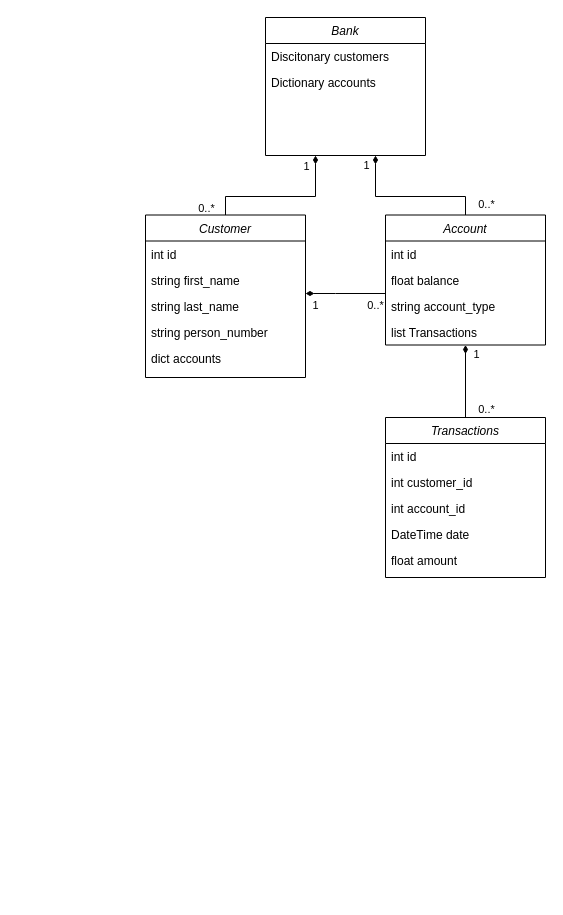
Before: ai/assignments/bank/Untitled Diagram.drawio in gamebacon/Lektioner, a draw.io diagram. Source tidied: cells renumbered, new cells numbered last; positions are measured from the earlier drawing's top-left corner, leaving out a move shared by most shapes. Both pictures are drawn from the tidied source at 100%, with x=0, y=0 at pixel (145, 17).
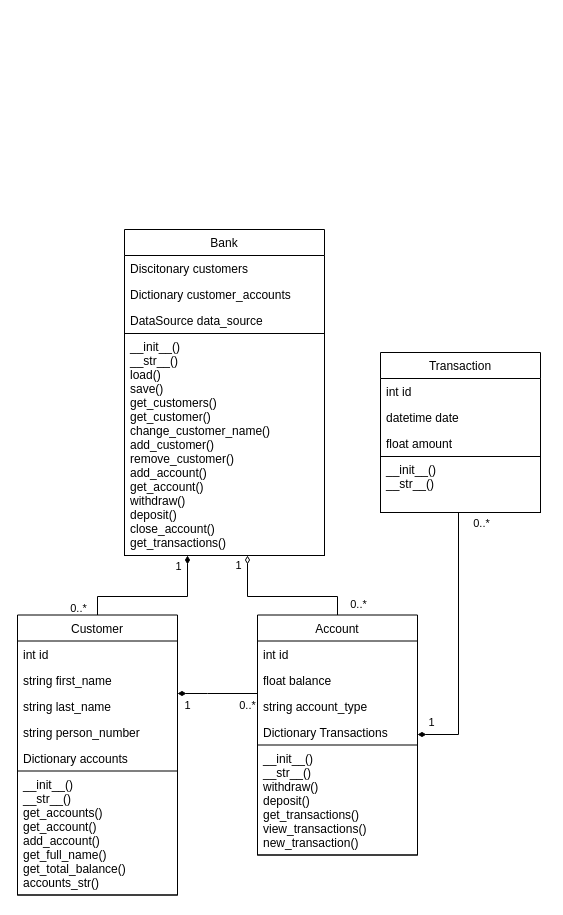
Above is the later version.

Change to the diagram source:
```diff
@@
     <mxCell id="2" style="edgeStyle=orthogonalEdgeStyle;rounded=0;jettySize=auto;html=1;endArrow=none;endFill=0;startArrow=diamondThin;startFill=1;" parent="1" edge="1" source="8" target="18">
       <mxGeometry relative="1" as="geometry">
         <Array as="points">
-          <mxPoint x="170" y="179" />
-          <mxPoint x="80" y="179" />
+          <mxPoint x="42" y="579" />
+          <mxPoint x="-48" y="579" />
         </Array>
       </mxGeometry>
     </mxCell>
@@
-    <mxCell id="5" style="edgeStyle=orthogonalEdgeStyle;rounded=0;jettySize=auto;html=1;endArrow=none;endFill=0;strokeWidth=1;startArrow=diamondThin;startFill=1;" parent="1" edge="1" source="8" target="11">
+    <mxCell id="5" style="edgeStyle=orthogonalEdgeStyle;rounded=0;jettySize=auto;html=1;endArrow=none;endFill=0;strokeWidth=1;startArrow=diamondThin;startFill=0;" parent="1" edge="1" source="8" target="11">
       <mxGeometry relative="1" as="geometry">
         <Array as="points">
-          <mxPoint x="230" y="179" />
-          <mxPoint x="320" y="179" />
+          <mxPoint x="102" y="579" />
+          <mxPoint x="192" y="579" />
         </Array>
       </mxGeometry>
     </mxCell>
@@
-    <mxCell id="8" value="Bank" style="swimlane;fontStyle=2;align=center;verticalAlign=top;horizontal=1;startSize=26;rounded=0;shadow=0;strokeWidth=1;" parent="1" vertex="1">
-      <mxGeometry x="120" width="160" height="138" as="geometry" />
+    <mxCell id="8" value="Bank" style="swimlane;fontStyle=0;align=center;verticalAlign=top;horizontal=1;startSize=26;rounded=0;shadow=0;strokeWidth=1;" parent="1" vertex="1">
+      <mxGeometry x="-21" y="212" width="200" height="326" as="geometry" />
     </mxCell>
     <mxCell id="9" value="Discitonary customers" style="text;align=left;verticalAlign=top;spacingLeft=4;spacingRight=4;overflow=hidden;" parent="8" vertex="1">
-      <mxGeometry y="26" width="160" height="26" as="geometry" />
+      <mxGeometry y="26" width="200" height="26" as="geometry" />
     </mxCell>
-    <mxCell id="10" value="Dictionary accounts" style="text;align=left;verticalAlign=top;spacingLeft=4;spacingRight=4;overflow=hidden;rounded=0;shadow=0;html=0;" parent="8" vertex="1">
-      <mxGeometry y="52" width="160" height="26" as="geometry" />
+    <mxCell id="10" value="Dictionary customer_accounts" style="text;align=left;verticalAlign=top;spacingLeft=4;spacingRight=4;overflow=hidden;rounded=0;shadow=0;html=0;" parent="8" vertex="1">
+      <mxGeometry y="52" width="200" height="26" as="geometry" />
     </mxCell>
+    <mxCell id="33" value="DataSource data_source" style="text;align=left;verticalAlign=top;spacingLeft=4;spacingRight=4;overflow=hidden;rounded=0;shadow=0;html=0;" parent="8" vertex="1">
+      <mxGeometry y="78" width="200" height="26" as="geometry" />
+    </mxCell>
+    <mxCell id="34" value="__init__()&#10;__str__()&#10;load()&#10;save()&#10;get_customers()&#10;get_customer()&#10;change_customer_name()&#10;add_customer()&#10;remove_customer()&#10;add_account()&#10;get_account()&#10;withdraw()&#10;deposit()&#10;close_account()&#10;get_transactions()&#10;&#10;&#10;&#10;" style="text;align=left;verticalAlign=top;spacingLeft=4;spacingRight=4;overflow=hidden;rounded=0;shadow=0;html=0;strokeColor=default;" parent="8" vertex="1">
+      <mxGeometry y="104" width="200" height="222" as="geometry" />
+    </mxCell>
-    <mxCell id="11" value="Account" style="swimlane;fontStyle=2;align=center;verticalAlign=top;horizontal=1;startSize=26;rounded=0;shadow=0;strokeWidth=1;" parent="1" vertex="1">
-      <mxGeometry x="240" y="197.5" width="160" height="130" as="geometry" />
+    <mxCell id="11" value="Account" style="swimlane;fontStyle=0;align=center;verticalAlign=top;horizontal=1;startSize=26;rounded=0;shadow=0;strokeWidth=1;" parent="1" vertex="1">
+      <mxGeometry x="112" y="597.5" width="160" height="240" as="geometry" />
     </mxCell>
@@
-    <mxCell id="15" value="list Transactions" style="text;align=left;verticalAlign=top;spacingLeft=4;spacingRight=4;overflow=hidden;rounded=0;shadow=0;html=0;" parent="11" vertex="1">
+    <mxCell id="15" value="Dictionary Transactions" style="text;align=left;verticalAlign=top;spacingLeft=4;spacingRight=4;overflow=hidden;rounded=0;shadow=0;html=0;" parent="11" vertex="1">
       <mxGeometry y="104" width="160" height="26" as="geometry" />
     </mxCell>
+    <mxCell id="35" value="__init__()&#10;__str__()&#10;withdraw()&#10;deposit()&#10;get_transactions()&#10;view_transactions()&#10;new_transaction()&#10;&#10;&#10;" style="text;align=left;verticalAlign=top;spacingLeft=4;spacingRight=4;overflow=hidden;rounded=0;shadow=0;html=0;strokeColor=default;" parent="11" vertex="1">
+      <mxGeometry y="130" width="160" height="110" as="geometry" />
+    </mxCell>
     <mxCell id="16" value="0..*" style="edgeStyle=orthogonalEdgeStyle;rounded=0;jettySize=auto;html=1;endArrow=none;endFill=0;startArrow=diamondThin;startFill=1;" parent="1" edge="1" source="18" target="11">
       <mxGeometry x="0.75" y="-12" relative="1" as="geometry">
         <Array as="points">
-          <mxPoint x="190" y="276" />
-          <mxPoint x="190" y="276" />
+          <mxPoint x="62" y="676" />
+          <mxPoint x="62" y="676" />
         </Array>
       </mxGeometry>
     </mxCell>
@@
-    <mxCell id="18" value="Customer" style="swimlane;fontStyle=2;align=center;verticalAlign=top;horizontal=1;startSize=26;rounded=0;shadow=0;strokeWidth=1;" parent="1" vertex="1">
-      <mxGeometry y="197.5" width="160" height="162.5" as="geometry" />
+    <mxCell id="18" value="Customer" style="swimlane;fontStyle=0;align=center;verticalAlign=top;horizontal=1;startSize=26;rounded=0;shadow=0;strokeWidth=1;" parent="1" vertex="1">
+      <mxGeometry x="-128" y="597.5" width="160" height="280" as="geometry" />
     </mxCell>
@@
-    <mxCell id="23" value="dict accounts" style="text;align=left;verticalAlign=top;spacingLeft=4;spacingRight=4;overflow=hidden;rounded=0;shadow=0;html=0;" parent="18" vertex="1">
+    <mxCell id="23" value="Dictionary accounts" style="text;align=left;verticalAlign=top;spacingLeft=4;spacingRight=4;overflow=hidden;rounded=0;shadow=0;html=0;" parent="18" vertex="1">
       <mxGeometry y="130" width="160" height="26" as="geometry" />
     </mxCell>
+    <mxCell id="36" value="__init__()&#10;__str__()&#10;get_accounts()&#10;get_account()&#10;add_account()&#10;get_full_name()&#10;get_total_balance()&#10;accounts_str()&#10;&#10;&#10;" style="text;align=left;verticalAlign=top;spacingLeft=4;spacingRight=4;overflow=hidden;rounded=0;shadow=0;html=0;strokeColor=default;" parent="18" vertex="1">
+      <mxGeometry y="156" width="160" height="124" as="geometry" />
+    </mxCell>
     <mxCell id="24" style="edgeStyle=orthogonalEdgeStyle;rounded=0;jettySize=auto;html=1;startArrow=none;startFill=0;endArrow=diamondThin;endFill=1;" parent="1" edge="1" source="27" target="11">
-      <mxGeometry relative="1" as="geometry" />
+      <mxGeometry relative="1" as="geometry">
+        <Array as="points">
+          <mxPoint x="313" y="717" />
+        </Array>
+      </mxGeometry>
     </mxCell>
     <mxCell id="25" value="1" style="edgeLabel;html=1;align=center;verticalAlign=middle;" parent="24" vertex="1">
       <mxGeometry x="0.15" y="-1" relative="1" as="geometry">
-        <mxPoint x="9" y="-22" as="offset" />
+        <mxPoint x="-27" y="58" as="offset" />
       </mxGeometry>
     </mxCell>
     <mxCell id="26" value="0..*" style="edgeLabel;html=1;align=center;verticalAlign=middle;" parent="24" vertex="1">
       <mxGeometry x="-0.65" y="2" relative="1" as="geometry">
-        <mxPoint x="22" y="4" as="offset" />
+        <mxPoint x="20" y="-36" as="offset" />
       </mxGeometry>
     </mxCell>
-    <mxCell id="27" value="Transactions" style="swimlane;fontStyle=2;align=center;verticalAlign=top;horizontal=1;startSize=26;rounded=0;shadow=0;strokeWidth=1;" parent="1" vertex="1">
-      <mxGeometry x="240" y="400" width="160" height="160" as="geometry" />
+    <mxCell id="27" value="Transaction" style="swimlane;fontStyle=0;align=center;verticalAlign=top;horizontal=1;startSize=26;rounded=0;shadow=0;strokeWidth=1;" parent="1" vertex="1">
+      <mxGeometry x="235" y="335" width="160" height="160" as="geometry" />
     </mxCell>
@@
-    <mxCell id="29" value="int customer_id" style="text;align=left;verticalAlign=top;spacingLeft=4;spacingRight=4;overflow=hidden;rounded=0;shadow=0;html=0;" parent="27" vertex="1">
-      <mxGeometry y="52" width="160" height="26" as="geometry" />
-    </mxCell>
-    <mxCell id="30" value="int account_id" style="text;align=left;verticalAlign=top;spacingLeft=4;spacingRight=4;overflow=hidden;rounded=0;shadow=0;html=0;" parent="27" vertex="1">
-      <mxGeometry y="78" width="160" height="26" as="geometry" />
-    </mxCell>
-    <mxCell id="31" value="DateTime date" style="text;align=left;verticalAlign=top;spacingLeft=4;spacingRight=4;overflow=hidden;rounded=0;shadow=0;html=0;" parent="27" vertex="1">
-      <mxGeometry y="104" width="160" height="26" as="geometry" />
+    <mxCell id="31" value="datetime date" style="text;align=left;verticalAlign=top;spacingLeft=4;spacingRight=4;overflow=hidden;rounded=0;shadow=0;html=0;" parent="27" vertex="1">
+      <mxGeometry y="52" width="160" height="26" as="geometry" />
     </mxCell>
     <mxCell id="32" value="float amount" style="text;align=left;verticalAlign=top;spacingLeft=4;spacingRight=4;overflow=hidden;rounded=0;shadow=0;html=0;" parent="27" vertex="1">
-      <mxGeometry y="130" width="160" height="26" as="geometry" />
+      <mxGeometry y="78" width="160" height="26" as="geometry" />
     </mxCell>
+    <mxCell id="37" value="__init__()&#10;__str__()&#10;" style="text;align=left;verticalAlign=top;spacingLeft=4;spacingRight=4;overflow=hidden;rounded=0;shadow=0;html=0;strokeColor=default;" parent="27" vertex="1">
+      <mxGeometry y="104" width="160" height="56" as="geometry" />
+    </mxCell>
```
